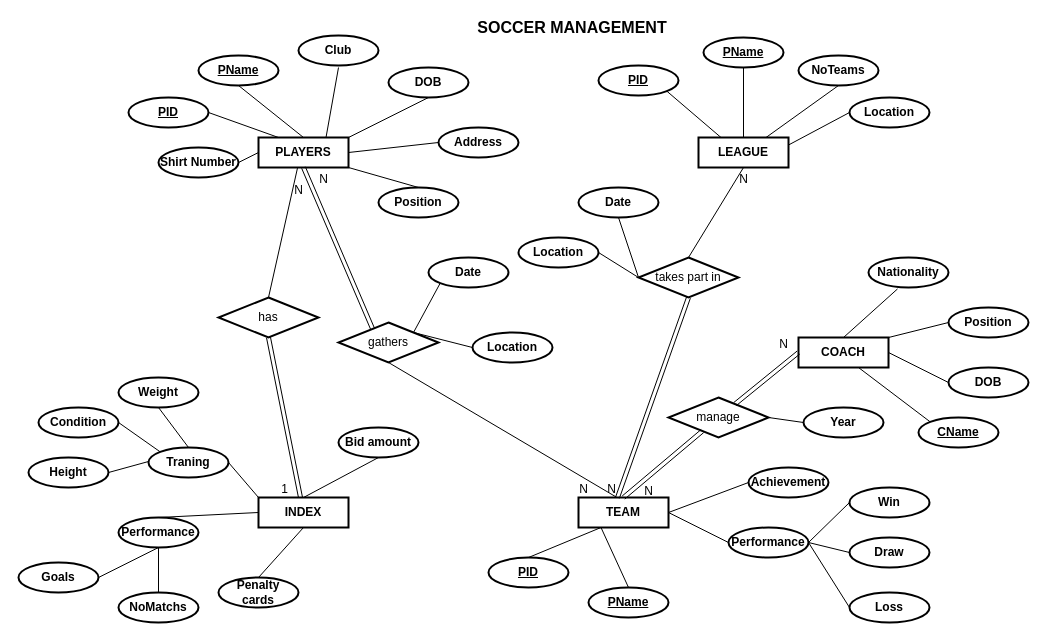
Above: SoccerDatabase.drawio in kieuvantuyen01/testGit (draw.io), before the change. Source tidied: cells renumbered, new cells numbered last; positions are measured from the earlier drawing's top-left corner, leaving out a move shared by most shapes. Both pictures are drawn from the tidied source at 100%, with x=0, y=0 at pixel (18, 17).
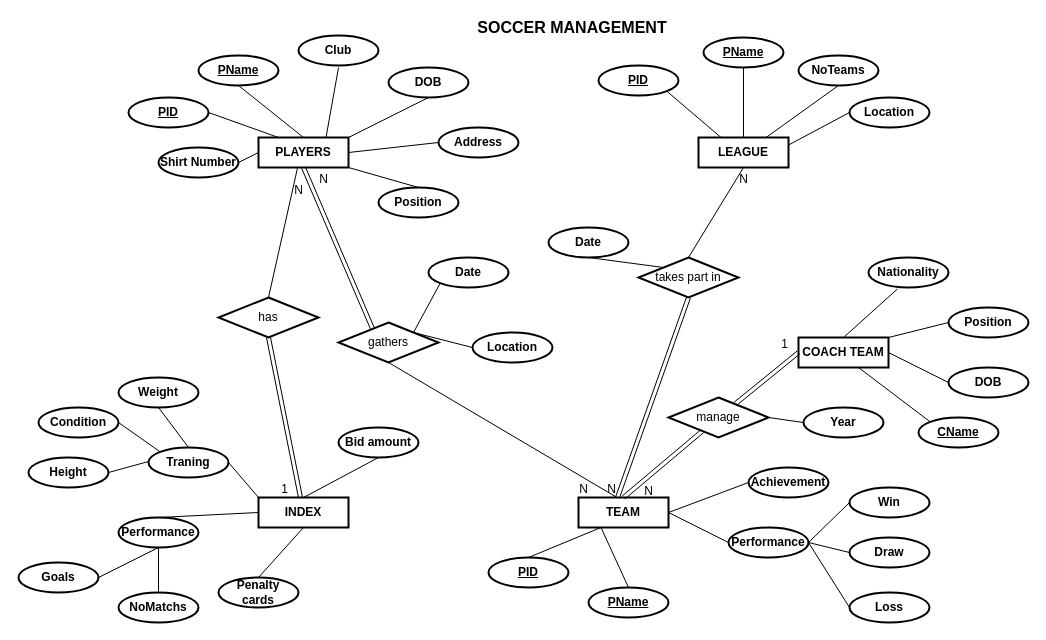
Above is the later version.

Unchanged cells that the change refers to:
```xml
<mxCell id="72" value="takes part in" style="shape=rhombus;perimeter=rhombusPerimeter;whiteSpace=wrap;html=1;align=center;strokeWidth=2;" parent="1" vertex="1">
  <mxGeometry x="620" y="240" width="100" height="40" as="geometry" />
</mxCell>
<mxCell id="75" style="shape=link;html=1;rounded=0;entryX=0;entryY=0.5;entryDx=0;entryDy=0;" parent="1" edge="1" source="71" target="3">
  <mxGeometry relative="1" as="geometry" />
</mxCell>
```

Change to the diagram source:
```diff
@@
-    <mxCell id="3" value="COACH" style="whiteSpace=wrap;html=1;align=center;fontStyle=1;strokeWidth=2;" parent="1" vertex="1">
+    <mxCell id="3" value="COACH TEAM" style="whiteSpace=wrap;html=1;align=center;fontStyle=1;strokeWidth=2;" parent="1" vertex="1">
       <mxGeometry x="780" y="320" width="90" height="30" as="geometry" />
     </mxCell>
@@
-    <mxCell id="76" value="N" style="html=1;align=right;verticalAlign=bottom;" parent="75" vertex="1">
+    <mxCell id="76" value="1" style="html=1;align=right;verticalAlign=bottom;" parent="75" vertex="1">
       <mxGeometry x="1" relative="1" as="geometry">
         <mxPoint x="-10.1" y="0.1" as="offset" />
       </mxGeometry>
     </mxCell>
@@
     <mxCell id="93" value="Date" style="ellipse;whiteSpace=wrap;html=1;align=center;strokeWidth=2;fontStyle=1;" parent="1" vertex="1">
-      <mxGeometry x="560" y="170" width="80" height="30" as="geometry" />
+      <mxGeometry x="530" y="210" width="80" height="30" as="geometry" />
     </mxCell>
-    <mxCell id="94" value="Location" style="ellipse;whiteSpace=wrap;html=1;align=center;strokeWidth=2;fontStyle=1;" parent="1" vertex="1">
-      <mxGeometry x="500" y="220" width="80" height="30" as="geometry" />
-    </mxCell>
-    <mxCell id="95" style="endArrow=none;html=1;rounded=0;entryX=0.5;entryY=1;entryDx=0;entryDy=0;exitX=0;exitY=0.5;exitDx=0;exitDy=0;" parent="1" edge="1" source="72" target="93">
+    <mxCell id="95" style="endArrow=none;html=1;rounded=0;entryX=0.5;entryY=1;entryDx=0;entryDy=0;exitX=0;exitY=0;exitDx=0;exitDy=0;" parent="1" edge="1" source="72" target="93">
       <mxGeometry relative="1" as="geometry" />
     </mxCell>
-    <mxCell id="96" style="endArrow=none;html=1;rounded=0;entryX=1;entryY=0.5;entryDx=0;entryDy=0;exitX=0;exitY=0.5;exitDx=0;exitDy=0;" parent="1" edge="1" source="72" target="94">
-      <mxGeometry relative="1" as="geometry" />
-    </mxCell>
```
